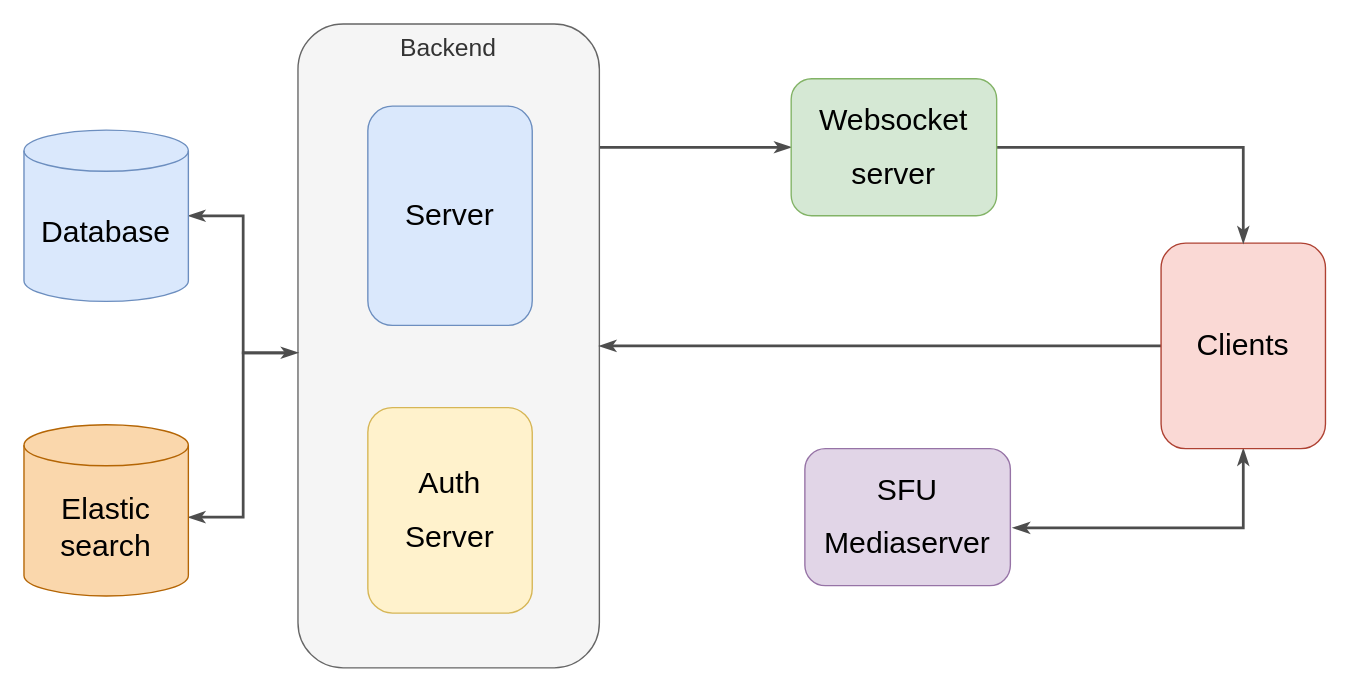
Above: page "System" (5 of 9) of docs/overview.drawio in SownBanana/HUST-graduate-project (draw.io), before the change. Source tidied: cells renumbered, new cells numbered last; positions are measured from the earlier drawing's top-left corner, leaving out a move shared by most shapes. Both pictures are drawn from the tidied source at 137%, with x=0, y=0 at pixel (23, 23).
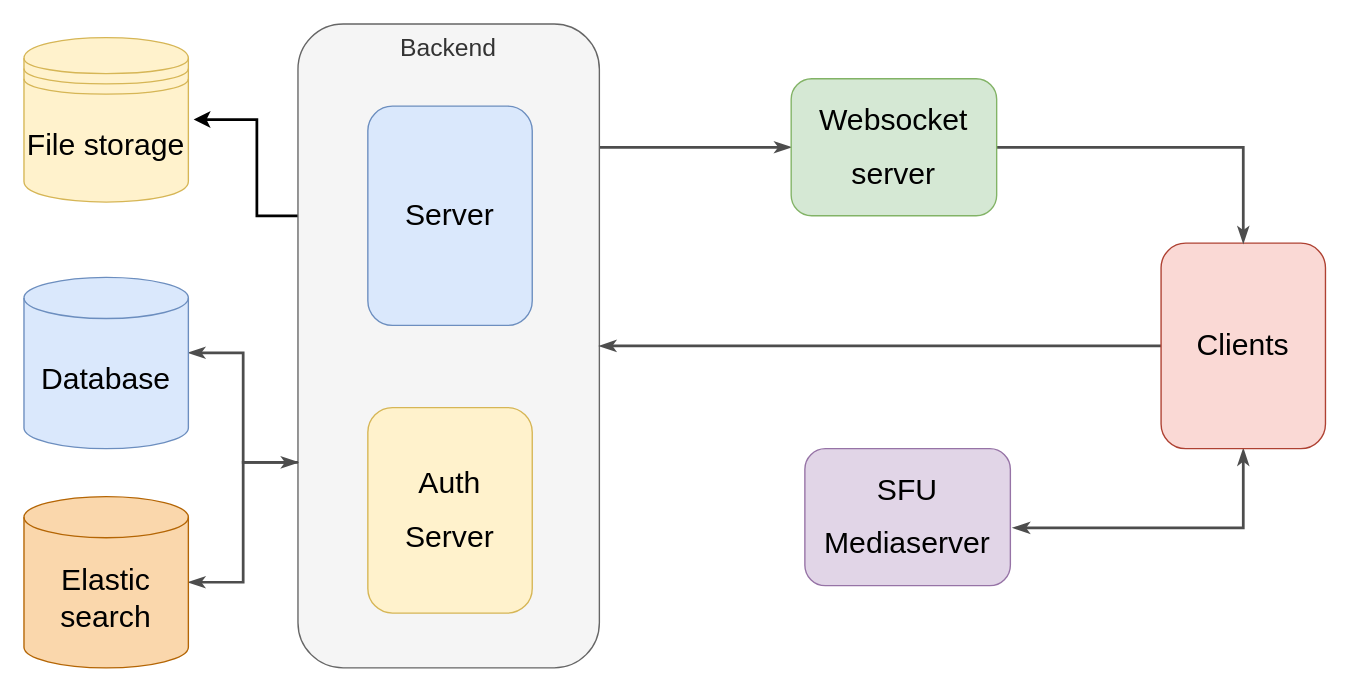
After the change.

Unchanged cells that the change refers to:
```xml
<mxCell id="3" value="&lt;font style=&quot;font-size: 18px&quot;&gt;Backend&lt;/font&gt;" style="rounded=1;whiteSpace=wrap;html=1;fontColor=#333333;strokeColor=#666666;fillColor=#f5f5f5;labelPosition=center;verticalLabelPosition=top;align=center;verticalAlign=bottom;spacingTop=88;spacingLeft=0;spacing=-30;" parent="1" vertex="1">
  <mxGeometry x="200" width="220" height="470" as="geometry" />
</mxCell>
<mxCell id="9" value="&lt;font style=&quot;font-size: 22px&quot;&gt;Clients&lt;/font&gt;" style="rounded=1;whiteSpace=wrap;html=1;fillColor=#fad9d5;strokeColor=#ae4132;" parent="1" vertex="1">
  <mxGeometry x="830" y="160" width="120" height="150" as="geometry" />
</mxCell>
```

The edit, as a diff of the source:
```diff
@@
+    <mxCell id="16" style="edgeStyle=orthogonalEdgeStyle;rounded=0;jettySize=auto;html=1;entryX=1.032;entryY=0.498;entryDx=0;entryDy=0;entryPerimeter=0;strokeWidth=2;" parent="1" edge="1" source="3" target="17">
+      <mxGeometry relative="1" as="geometry">
+        <Array as="points">
+          <mxPoint x="170" y="140" />
+          <mxPoint x="170" y="70" />
+        </Array>
+      </mxGeometry>
+    </mxCell>
@@
-    <mxCell id="4" style="edgeStyle=orthogonalEdgeStyle;rounded=0;jettySize=auto;html=1;fontColor=#0F0F0F;endArrow=classicThin;endFill=1;strokeWidth=2;entryX=1;entryY=0.54;entryDx=0;entryDy=0;entryPerimeter=0;strokeColor=#4D4D4D;" parent="1" edge="1" target="12">
+    <mxCell id="4" style="edgeStyle=orthogonalEdgeStyle;rounded=0;jettySize=auto;html=1;fontColor=#0F0F0F;endArrow=classicThin;endFill=1;strokeWidth=2;entryX=1;entryY=0.5;entryDx=0;entryDy=0;entryPerimeter=0;strokeColor=#4D4D4D;" parent="1" edge="1" target="12">
       <mxGeometry relative="1" as="geometry">
-        <mxPoint x="190" y="240" as="sourcePoint" />
+        <mxPoint x="200" y="320" as="sourcePoint" />
         <Array as="points">
-          <mxPoint x="160" y="240" />
-          <mxPoint x="160" y="360" />
+          <mxPoint x="200" y="320" />
+          <mxPoint x="160" y="320" />
+          <mxPoint x="160" y="408" />
         </Array>
       </mxGeometry>
     </mxCell>
     <mxCell id="5" style="edgeStyle=orthogonalEdgeStyle;rounded=0;jettySize=auto;html=1;fontColor=#0F0F0F;endArrow=classicThin;endFill=1;strokeWidth=2;startArrow=classicThin;startFill=1;strokeColor=#4D4D4D;" parent="1" edge="1" target="11">
       <mxGeometry relative="1" as="geometry">
-        <mxPoint x="200" y="240" as="sourcePoint" />
+        <mxPoint x="200" y="320" as="sourcePoint" />
         <Array as="points">
-          <mxPoint x="200" y="240" />
+          <mxPoint x="200" y="320" />
+          <mxPoint x="160" y="320" />
           <mxPoint x="160" y="240" />
-          <mxPoint x="160" y="140" />
         </Array>
       </mxGeometry>
     </mxCell>
@@
-    <mxCell id="7" style="edgeStyle=orthogonalEdgeStyle;rounded=0;jettySize=auto;html=1;entryX=1;entryY=0.5;entryDx=0;entryDy=0;fontColor=#0F0F0F;startArrow=none;startFill=0;endArrow=classicThin;endFill=1;strokeColor=#4D4D4D;strokeWidth=2;" parent="1" edge="1" source="9" target="3">
-      <mxGeometry relative="1" as="geometry">
-        <Array as="points">
-          <mxPoint x="480" y="235" />
-          <mxPoint x="480" y="235" />
-        </Array>
-      </mxGeometry>
+    <mxCell id="7" style="edgeStyle=orthogonalEdgeStyle;rounded=0;jettySize=auto;html=1;fontColor=#0F0F0F;startArrow=none;startFill=0;endArrow=classicThin;endFill=1;strokeColor=#4D4D4D;strokeWidth=2;entryX=1;entryY=0.5;entryDx=0;entryDy=0;" parent="1" edge="1" source="9" target="3">
+      <mxGeometry relative="1" as="geometry" />
     </mxCell>
@@
     <mxCell id="11" value="&lt;font style=&quot;font-size: 22px&quot;&gt;Database&lt;/font&gt;" style="shape=cylinder3;whiteSpace=wrap;html=1;boundedLbl=1;backgroundOutline=1;size=15;rounded=0;strokeColor=#6c8ebf;fillColor=#dae8fc;" parent="1" vertex="1">
-      <mxGeometry y="77.5" width="120" height="125" as="geometry" />
+      <mxGeometry y="185" width="120" height="125" as="geometry" />
     </mxCell>
     <mxCell id="12" value="&lt;font style=&quot;font-size: 22px&quot;&gt;Elastic&lt;br&gt;search&lt;/font&gt;" style="shape=cylinder3;whiteSpace=wrap;html=1;boundedLbl=1;backgroundOutline=1;size=15;rounded=0;strokeColor=#b46504;fillColor=#fad7ac;" parent="1" vertex="1">
-      <mxGeometry y="292.5" width="120" height="125" as="geometry" />
+      <mxGeometry y="345" width="120" height="125" as="geometry" />
     </mxCell>
@@
+    <mxCell id="17" value="&lt;font style=&quot;font-size: 22px&quot;&gt;File storage&lt;/font&gt;" style="shape=datastore;whiteSpace=wrap;html=1;fillColor=#fff2cc;strokeColor=#d6b656;" parent="1" vertex="1">
+      <mxGeometry y="10" width="120" height="120" as="geometry" />
+    </mxCell>
```
